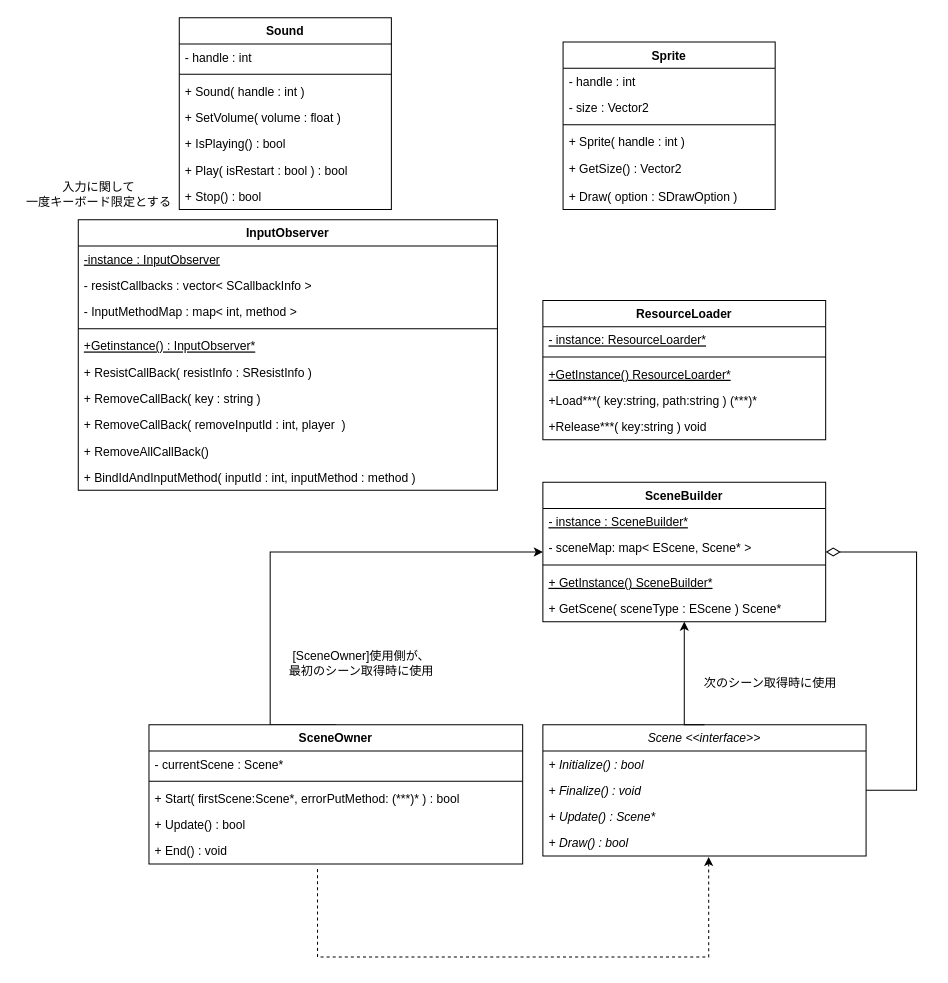
Earlier version of the draw.io diagram 設計っぽいの.drawio (naturemas53/DXLib_Game). Source tidied: cells renumbered, new cells numbered last; positions are measured from the earlier drawing's top-left corner, leaving out a move shared by most shapes. Both pictures are drawn from the tidied source at 101%, with x=0, y=0 at pixel (17, 17).
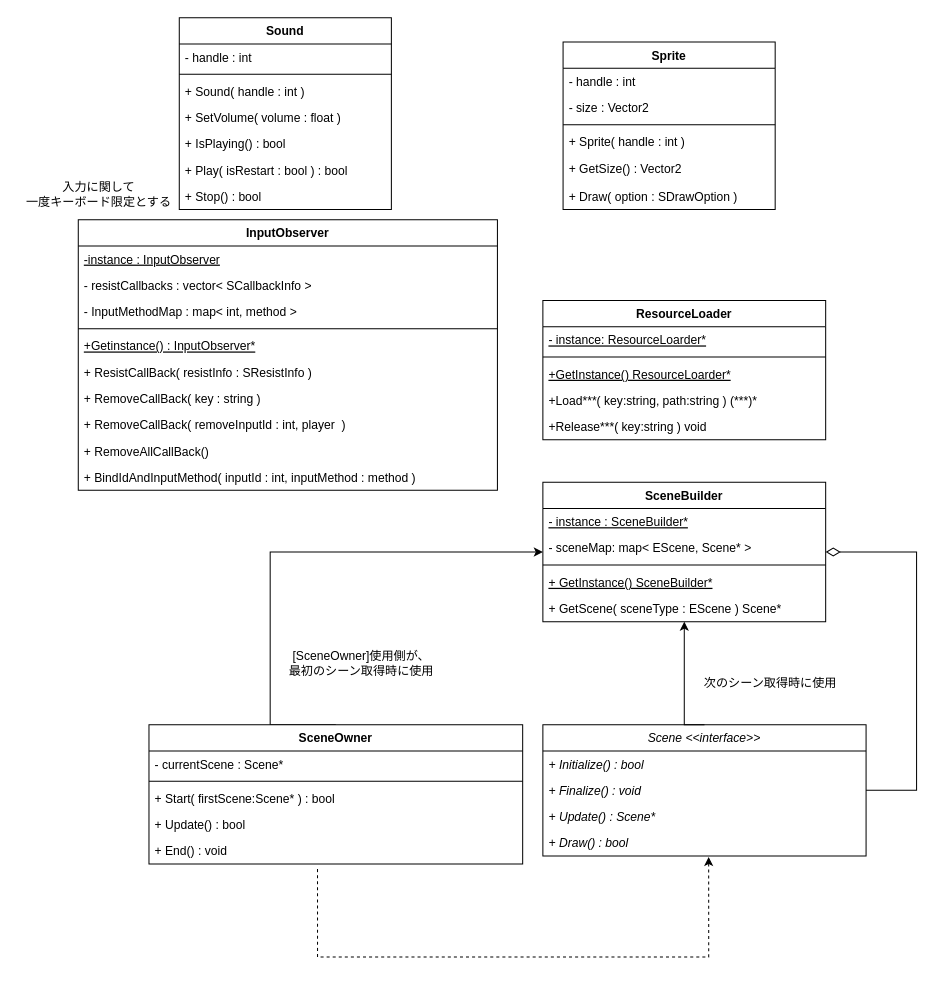
The same diagram, later.

Commit message:
変更しわすれ

Unchanged cells that the change refers to:
```xml
<mxCell id="25" value="SceneOwner" style="swimlane;fontStyle=1;align=center;verticalAlign=top;horizontal=1;startSize=26;" parent="1" vertex="1">
  <mxGeometry x="130" y="700" width="370" height="138" as="geometry" />
</mxCell>
```

What changed in the source:
```diff
@@
-    <mxCell id="28" value="+ Start( firstScene:Scene*, errorPutMethod: (***)* ) : bool " style="text;strokeColor=none;fillColor=none;align=left;verticalAlign=top;spacingLeft=4;spacingRight=4;overflow=hidden;" parent="25" vertex="1">
+    <mxCell id="28" value="+ Start( firstScene:Scene* ) : bool " style="text;strokeColor=none;fillColor=none;align=left;verticalAlign=top;spacingLeft=4;spacingRight=4;overflow=hidden;" parent="25" vertex="1">
       <mxGeometry y="60" width="370" height="26" as="geometry" />
     </mxCell>
```
